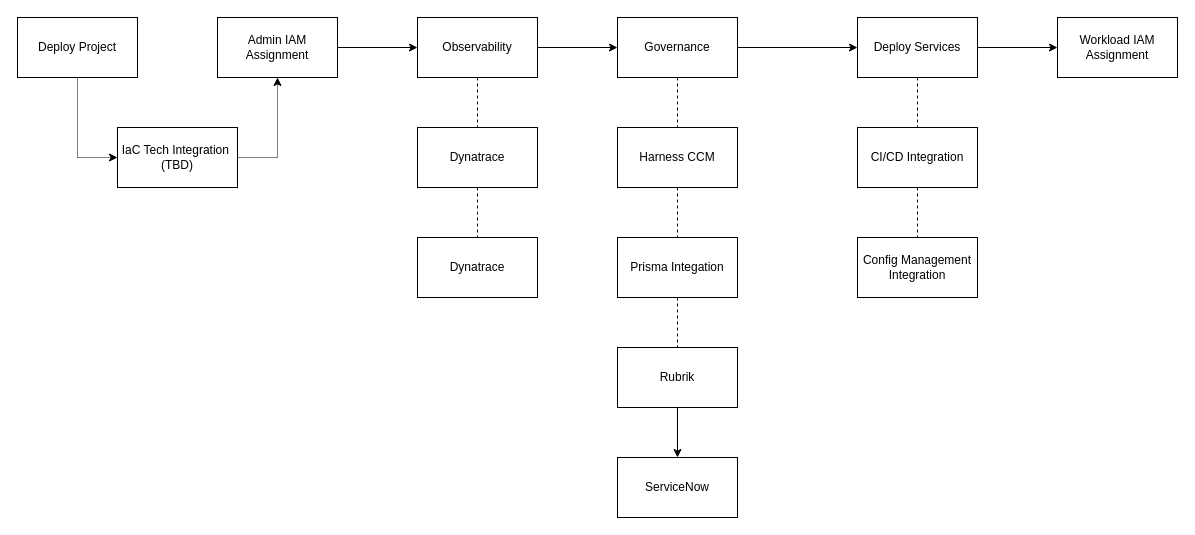
The draw.io diagram page "Page-3" (3 of 3) of iac_cicd.drawio in bpayt2/temp, before the edit. Source tidied: cells renumbered, new cells numbered last; positions are measured from the earlier drawing's top-left corner, leaving out a move shared by most shapes. Both pictures are drawn from the tidied source at 100%, with x=0, y=0 at pixel (17, 17).
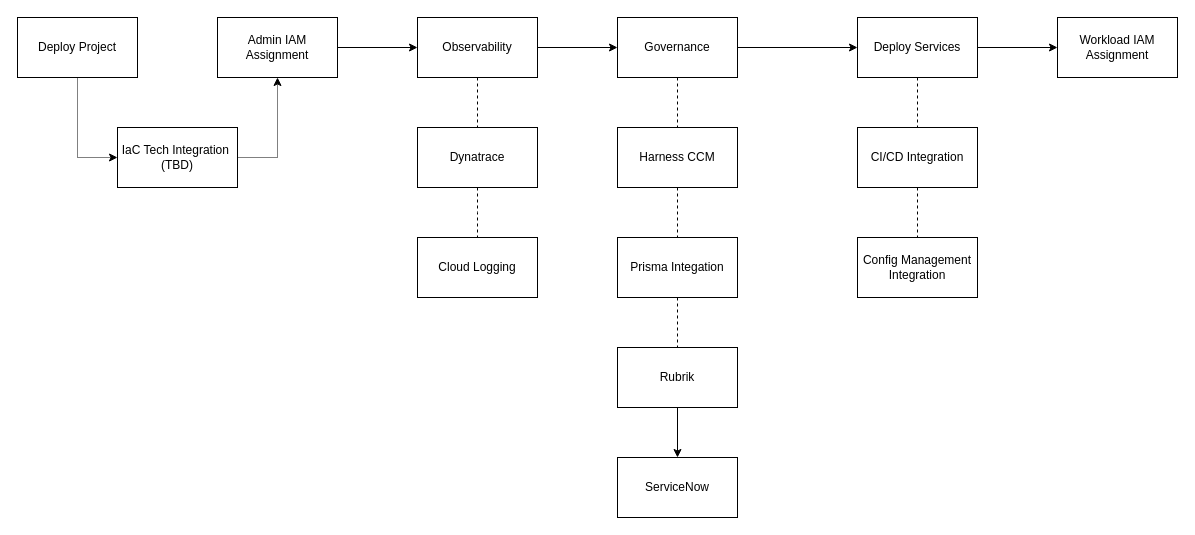
The same page after the edit.

Diff of the diagram source:
```diff
@@
-    <mxCell id="23" value="Dynatrace" style="rounded=0;whiteSpace=wrap;html=1;" parent="1" vertex="1">
+    <mxCell id="23" value="Cloud Logging" style="rounded=0;whiteSpace=wrap;html=1;" parent="1" vertex="1">
       <mxGeometry x="400" y="220" width="120" height="60" as="geometry" />
     </mxCell>
```
